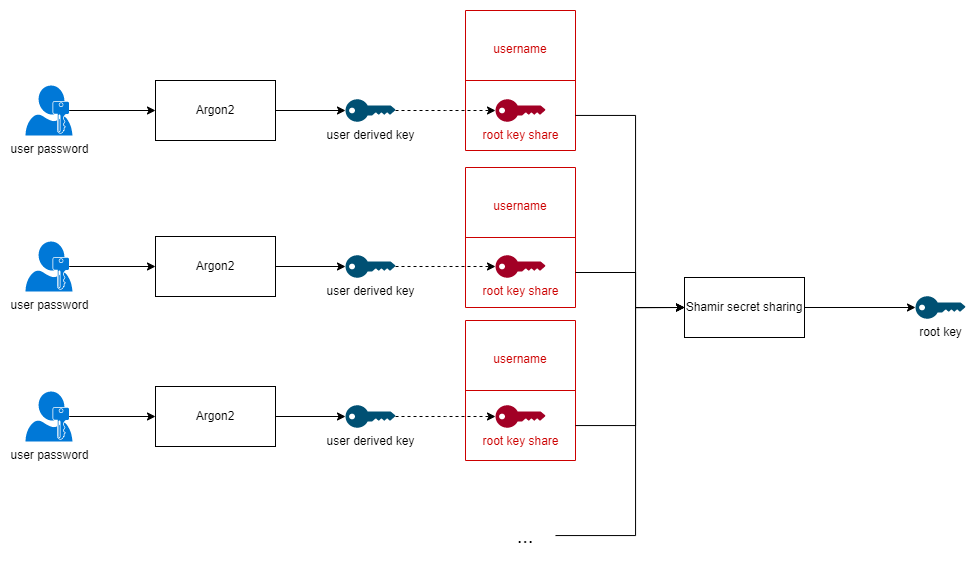
Earlier version of the draw.io export readme-images/Storage root key shares.drawio.png (damienmaier/encrypted-vault). Source tidied: cells renumbered, new cells last; positions are measured from the earlier drawing's top-left corner, leaving out a move shared by most shapes.
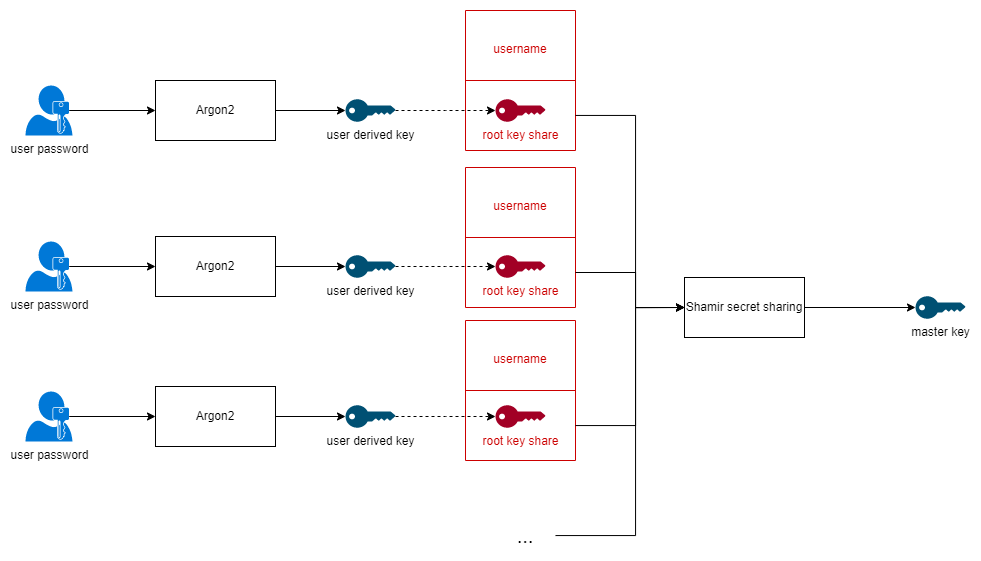
The same file after the commit.

Diff of the diagram source:
```diff
@@ -8,7 +8,7 @@
     <mxCell id="3" value="user password" style="sketch=0;shadow=0;dashed=0;html=1;strokeColor=none;labelPosition=center;verticalLabelPosition=bottom;verticalAlign=top;align=center;shape=mxgraph.mscae.enterprise.user_permissions;fillColor=#0078D7;" parent="1" vertex="1">
       <mxGeometry y="75" width="47" height="50" as="geometry" />
     </mxCell>
-    <mxCell id="4" value="root key" style="points=[[0,0.5,0],[0.24,0,0],[0.5,0.28,0],[0.995,0.475,0],[0.5,0.72,0],[0.24,1,0]];verticalLabelPosition=bottom;sketch=0;html=1;verticalAlign=top;align=center;shape=mxgraph.cisco19.key;fillColor=#005073;strokeColor=none;" parent="1" vertex="1">
+    <mxCell id="4" value="master key" style="points=[[0,0.5,0],[0.24,0,0],[0.5,0.28,0],[0.995,0.475,0],[0.5,0.72,0],[0.24,1,0]];verticalLabelPosition=bottom;sketch=0;html=1;verticalAlign=top;align=center;shape=mxgraph.cisco19.key;fillColor=#005073;strokeColor=none;" parent="1" vertex="1">
       <mxGeometry x="890" y="285.8" width="50" height="22.5" as="geometry" />
     </mxCell>
     <mxCell id="5" style="edgeStyle=orthogonalEdgeStyle;rounded=0;jettySize=auto;html=1;entryX=0;entryY=0.5;entryDx=0;entryDy=0;entryPerimeter=0;" parent="1" edge="1" source="6" target="8">
```
